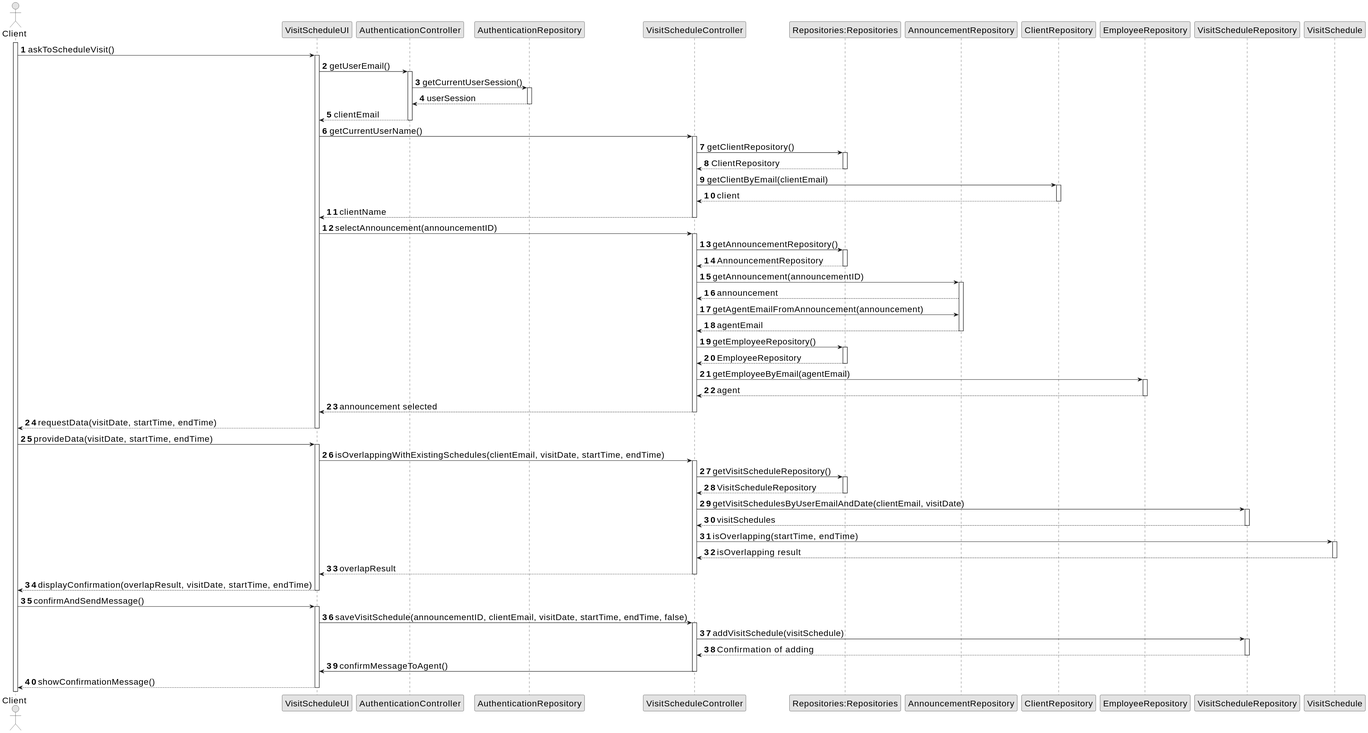
Goncalves2525/real-estate-management-system keeps this PlantUML diagram as docs/sprintC/us009/03.design/svg/us009-sequence-diagram-full.svg. Above is the earlier version.
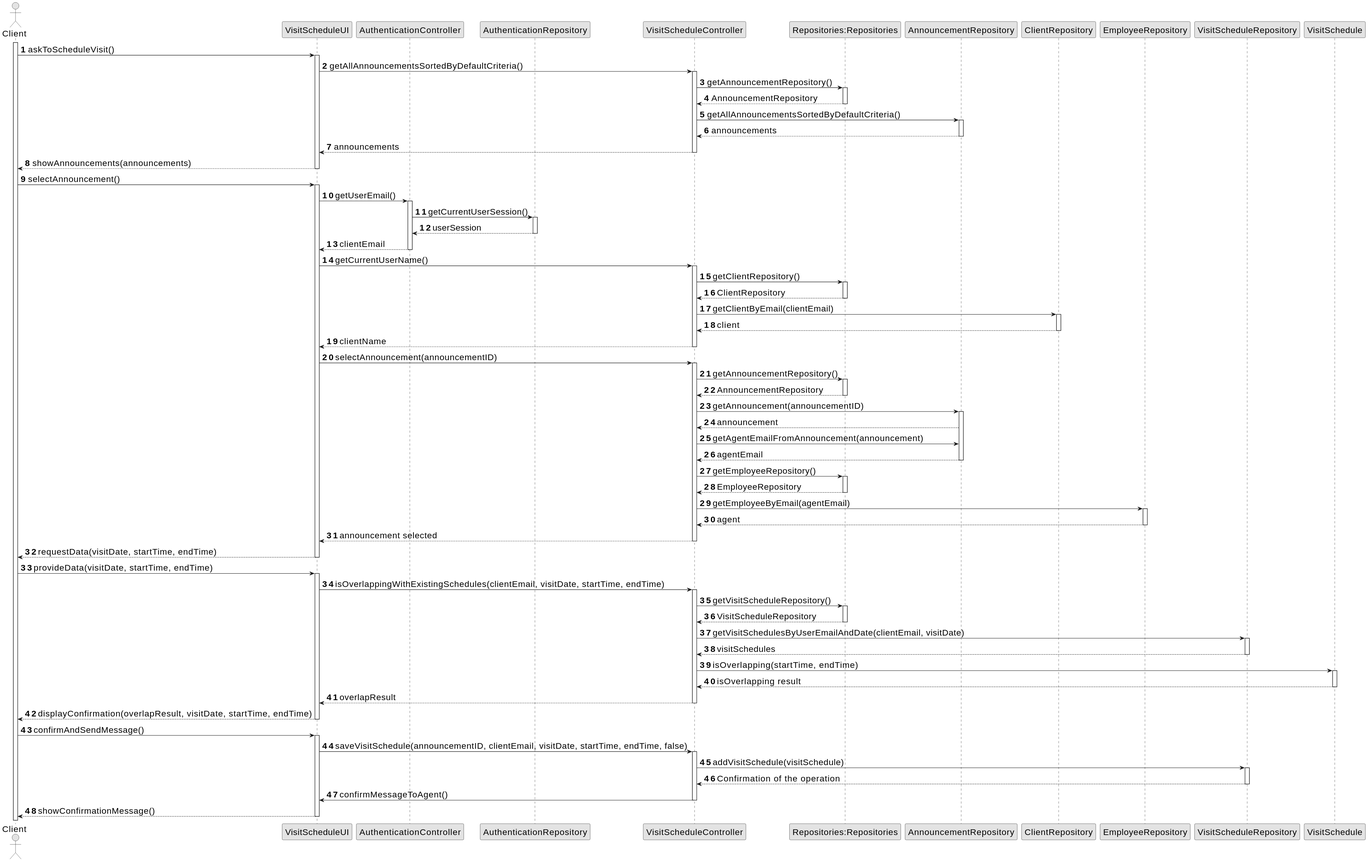
After the commit.

The edit, as a diff of the source:
```diff
@@ -21,6 +21,25 @@
 activate Client
 
 Client -> UI : askToScheduleVisit()
+    activate UI
+    UI -> Controller : getAllAnnouncementsSortedByDefaultCriteria()
+        activate Controller
+        Controller -> Repositories : getAnnouncementRepository()
+            activate Repositories
+            Repositories --> Controller : AnnouncementRepository
+        deactivate Repositories
+        Controller -> AnnouncementRepository : getAllAnnouncementsSortedByDefaultCriteria()
+            activate AnnouncementRepository
+            AnnouncementRepository --> Controller : announcements
+        deactivate AnnouncementRepository
+    UI <-- Controller : announcements
+        deactivate Controller
+    UI --> Client : showAnnouncements(announcements)
+deactivate UI
+
+
+
+Client -> UI : selectAnnouncement()
     activate UI
     UI -> Authentication : getUserEmail()
         activate Authentication
@@ -94,7 +113,7 @@
         activate Controller
         Controller -> VisitScheduleRepository : addVisitSchedule(visitSchedule)
         activate VisitScheduleRepository
-        Controller <-- VisitScheduleRepository : Confirmation of adding
+        Controller <-- VisitScheduleRepository : Confirmation of the operation
         deactivate VisitScheduleRepository
         Controller -> UI : confirmMessageToAgent()
     deactivate Controller
```
